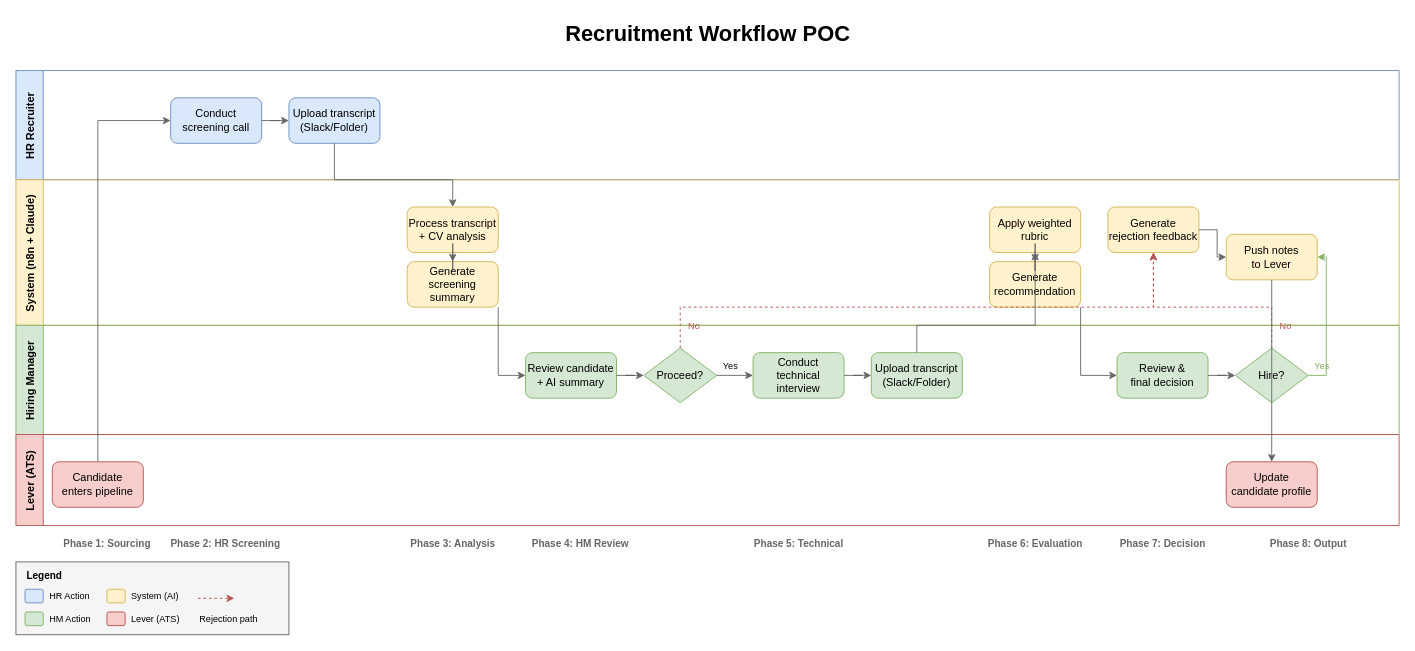
Before: context/product/recruitment-workflow.drawio in provectus/recruitment-framework-workflow, a draw.io diagram. Source tidied: cells renumbered, new cells numbered last; positions are measured from the earlier drawing's top-left corner, leaving out a move shared by most shapes. Both pictures are drawn from the tidied source at 91%, with x=0, y=0 at pixel (15, 15).
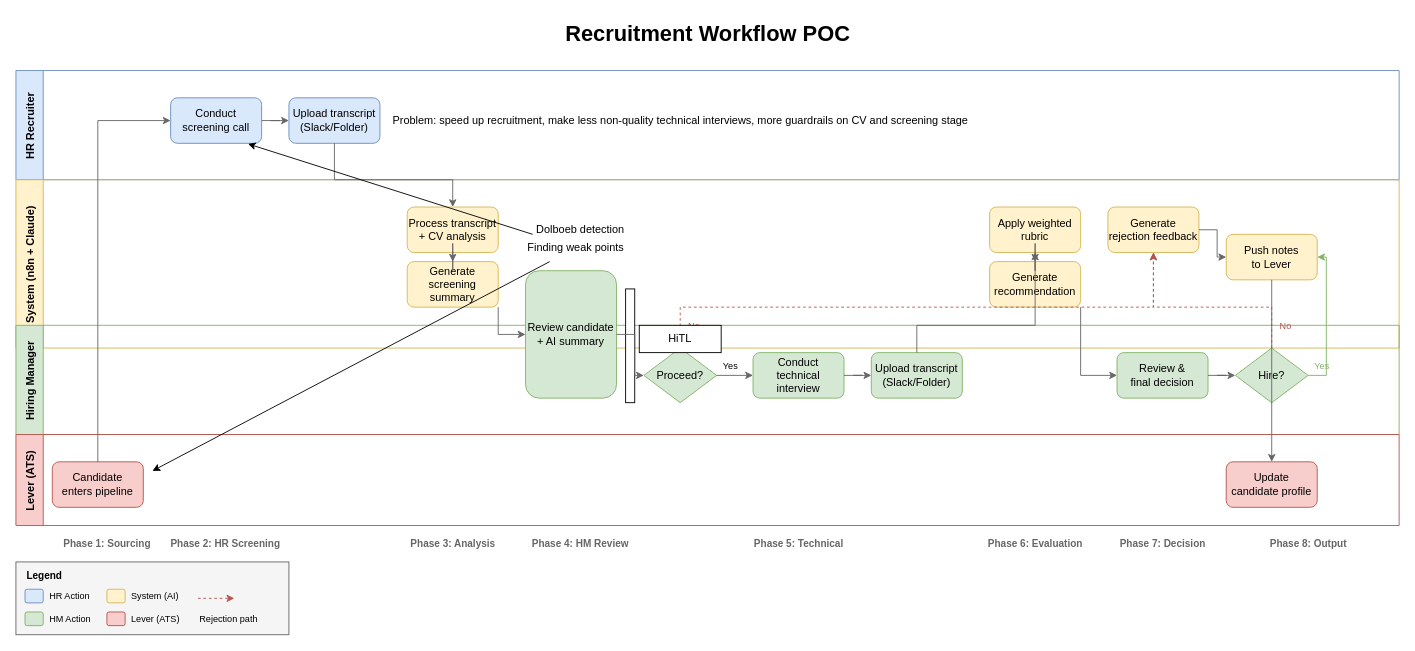
The same diagram, later.

The change refers to these unchanged cells:
```xml
<mxCell id="3" value="HR Recruiter" style="swimlane;horizontal=0;startSize=30;fillColor=#dae8fc;strokeColor=#6c8ebf;" parent="1" vertex="1">
  <mxGeometry y="60" width="1520" height="120" as="geometry" />
</mxCell>
<mxCell id="5" value="Hiring Manager" style="swimlane;horizontal=0;startSize=30;fillColor=#d5e8d4;strokeColor=#82b366;" parent="1" vertex="1">
  <mxGeometry y="340" width="1520" height="120" as="geometry" />
</mxCell>
<mxCell id="10" value="Conduct&#10;screening call" style="rounded=1;whiteSpace=wrap;html=1;fillColor=#dae8fc;strokeColor=#6c8ebf;" parent="1" vertex="1">
  <mxGeometry x="170" y="90" width="100" height="50" as="geometry" />
</mxCell>
```

Change to the diagram source:
```diff
@@
+    <mxCell id="64" value="Problem: speed up recruitment, make less non-quality technical interviews, more guardrails on CV and screening stage" style="text;html=1;align=center;verticalAlign=middle;strokeColor=none;fillColor=none;" parent="3" vertex="1">
+      <mxGeometry x="400" y="40" width="660" height="30" as="geometry" />
+    </mxCell>
     <mxCell id="4" value="System (n8n + Claude)" style="swimlane;horizontal=0;startSize=30;fillColor=#fff2cc;strokeColor=#d6b656;" parent="1" vertex="1">
-      <mxGeometry y="180" width="1520" height="160" as="geometry" />
+      <mxGeometry y="180" width="1520" height="185" as="geometry" />
     </mxCell>
+    <mxCell id="65" value="Dolboeb detection" style="text;html=1;align=center;verticalAlign=middle;strokeColor=none;fillColor=none;" parent="4" vertex="1">
+      <mxGeometry x="560" y="40" width="120" height="30" as="geometry" />
+    </mxCell>
+    <mxCell id="66" value="Finding weak points" style="text;html=1;align=center;verticalAlign=middle;points=[];strokeColor=none;fillColor=none;" parent="4" vertex="1">
+      <mxGeometry x="550" y="60" width="130" height="30" as="geometry" />
+    </mxCell>
@@
+    <mxCell id="67" style="whiteSpace=wrap;html=1;" parent="5" vertex="1">
+      <mxGeometry x="670" y="-40" width="10" height="125" as="geometry" />
+    </mxCell>
@@
     <mxCell id="16" value="Review candidate&#10;+ AI summary" style="rounded=1;whiteSpace=wrap;html=1;fillColor=#d5e8d4;strokeColor=#82b366;" parent="1" vertex="1">
-      <mxGeometry x="560" y="370" width="100" height="50" as="geometry" />
+      <mxGeometry x="560" y="280" width="100" height="140" as="geometry" />
     </mxCell>
@@
+    <mxCell id="68" value="HiTL" style="whiteSpace=wrap;html=1;" parent="1" vertex="1">
+      <mxGeometry x="685" y="340" width="90" height="30" as="geometry" />
+    </mxCell>
+    <mxCell id="69" style="edgeStyle=none;html=1;entryX=0.85;entryY=1.012;entryDx=0;entryDy=0;entryPerimeter=0;" parent="1" edge="1" source="66" target="10">
+      <mxGeometry relative="1" as="geometry" />
+    </mxCell>
+    <mxCell id="70" style="edgeStyle=none;html=1;" parent="1" edge="1" source="66">
+      <mxGeometry relative="1" as="geometry">
+        <mxPoint x="150" y="500" as="targetPoint" />
+      </mxGeometry>
+    </mxCell>
```
